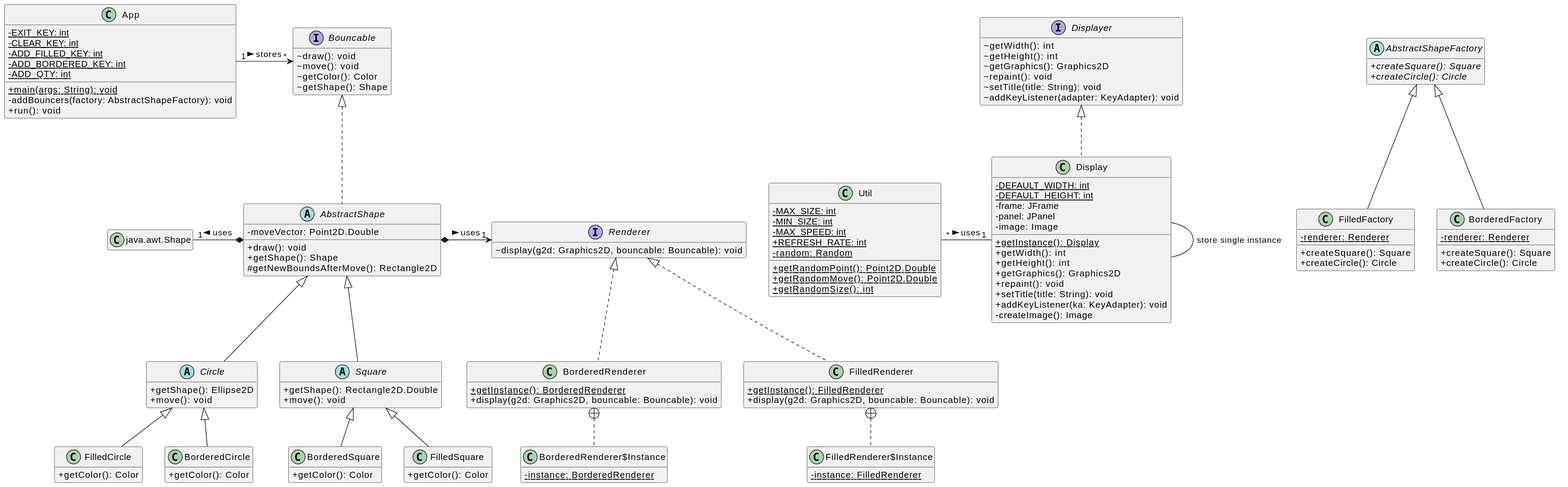
DrC0okie/HEIG_MCR_Labo2 keeps this PlantUML diagram as diagram.svg. Above is the earlier version. Source of this version:
```plantuml
@startuml
hide AppTest
skinparam direction top to bottom
hide empty members
skinparam fixCircleLabelOverlapping true
skinparam classAttributeIconSize 0
set separator none
scale 1.5

class java.awt.Shape

App "1"->"*" Bouncable: stores >
AbstractShape *-left-"1" java.awt.Shape: uses >
Util "*"-"1" Display: uses >
AbstractShape *->"1" Renderer: uses >
Display -- Display: store single instance





class Display {
- {static} DEFAULT_WIDTH: int
- {static} DEFAULT_HEIGHT: int
- frame: JFrame
- panel: JPanel
- image: Image
+ {static} getInstance(): Display
+ getWidth(): int
+ getHeight(): int
+ getGraphics(): Graphics2D
+ repaint(): void
+ setTitle(title: String): void
+ addKeyListener(ka: KeyAdapter): void
- createImage(): Image
}


class FilledFactory {
- {static} renderer: Renderer
+ createSquare(): Square
+ createCircle(): Circle
}


class BorderedFactory {
- {static} renderer: Renderer
+ createSquare(): Square
+ createCircle(): Circle
}


class BorderedSquare {
+ getColor(): Color
}

class FilledCircle {
+ getColor(): Color
}

class BorderedRenderer {
+ {static} getInstance(): BorderedRenderer
+ display(g2d: Graphics2D, bouncable: Bouncable): void
}

class BorderedRenderer$Instance {
- {static} instance: BorderedRenderer
}

class BorderedCircle {
+ getColor(): Color
}

abstract class AbstractShapeFactory {
+ {abstract}createSquare(): Square
+ {abstract}createCircle(): Circle
}

class FilledRenderer {
+ {static} getInstance(): FilledRenderer
+ display(g2d: Graphics2D, bouncable: Bouncable): void
}

class FilledRenderer$Instance {
- {static} instance: FilledRenderer
}

interface Displayer {
~ getWidth(): int
~ getHeight(): int
~ getGraphics(): Graphics2D
~ repaint(): void
~ setTitle(title: String): void
~ addKeyListener(adapter: KeyAdapter): void
}

abstract class Circle {
+ getShape(): Ellipse2D
+ move(): void
}

interface Bouncable {
~ draw(): void
~ move(): void
~ getColor(): Color
~ getShape(): Shape
}

class App {
- {static} EXIT_KEY: int
- {static} CLEAR_KEY: int
- {static} ADD_FILLED_KEY: int
- {static} ADD_BORDERED_KEY: int
- {static} ADD_QTY: int

+ {static} main(args: String): void
- addBouncers(factory: AbstractShapeFactory): void
+ run(): void
}


interface Renderer {
~ display(g2d: Graphics2D, bouncable: Bouncable): void
}

class AppTest {
}
class FilledSquare {
+ getColor(): Color
}

abstract class AbstractShape {

- moveVector: Point2D.Double
+ draw(): void
+ getShape(): Shape
# getNewBoundsAfterMove(): Rectangle2D
}


abstract class Square {
+ getShape(): Rectangle2D.Double
+ move(): void
}

class Util {
- {static} MAX_SIZE: int
- {static} MIN_SIZE: int
- {static} MAX_SPEED: int
+ {static} REFRESH_RATE: int
- {static} random: Random
+ {static} getRandomPoint(): Point2D.Double
+ {static} getRandomMove(): Point2D.Double
+ {static} getRandomSize(): int
}




Displayer <|.. Display
AbstractShapeFactory <|-- FilledFactory
AbstractShapeFactory <|-- BorderedFactory
Square <|-- BorderedSquare
Circle <|-- FilledCircle
Renderer <|.. BorderedRenderer
BorderedRenderer +.. BorderedRenderer$Instance
Circle <|-- BorderedCircle
Renderer <|.. FilledRenderer
FilledRenderer +.. FilledRenderer$Instance
AbstractShape <|-- Circle
Square <|-- FilledSquare
Bouncable <|.. AbstractShape
AbstractShape <|-- Square
@enduml
```
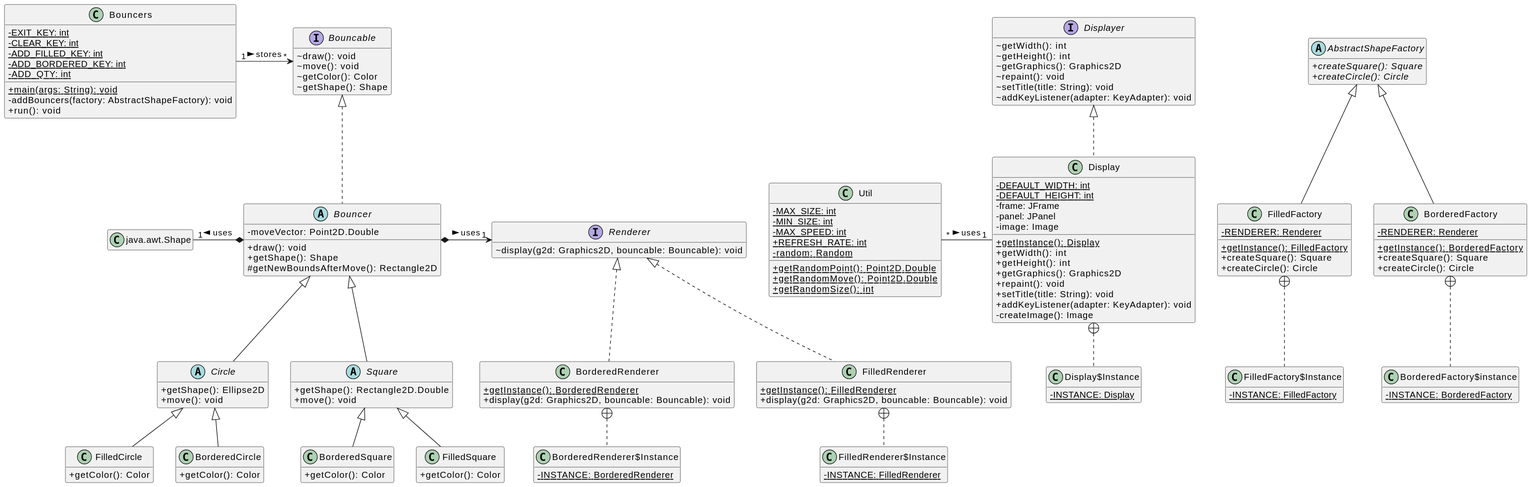
After the commit.

The edit, as a diff of the source:
```diff
@@ -1,6 +1,5 @@
 @startuml
 hide AppTest
-skinparam direction top to bottom
 hide empty members
 skinparam fixCircleLabelOverlapping true
 skinparam classAttributeIconSize 0
@@ -9,49 +8,59 @@
 
 class java.awt.Shape
 
-App "1"->"*" Bouncable: stores >
-AbstractShape *-left-"1" java.awt.Shape: uses >
+Bouncers "1"->"*" Bouncable: stores >
+Bouncer *-left-"1" java.awt.Shape: uses >
 Util "*"-"1" Display: uses >
-AbstractShape *->"1" Renderer: uses >
-Display -- Display: store single instance
+Bouncer *->"1" Renderer: uses >
 
 
 
 
 
-class Display {
-- {static} DEFAULT_WIDTH: int
-- {static} DEFAULT_HEIGHT: int
-- frame: JFrame
-- panel: JPanel
-- image: Image
-+ {static} getInstance(): Display
-+ getWidth(): int
-+ getHeight(): int
-+ getGraphics(): Graphics2D
-+ repaint(): void
-+ setTitle(title: String): void
-+ addKeyListener(ka: KeyAdapter): void
-- createImage(): Image
+abstract class Bouncer {
+
+- moveVector: Point2D.Double
++ draw(): void
++ getShape(): Shape
+# getNewBoundsAfterMove(): Rectangle2D
 }
 
 
 class FilledFactory {
-- {static} renderer: Renderer
+- {static} RENDERER: Renderer
++ {static} getInstance(): FilledFactory
 + createSquare(): Square
 + createCircle(): Circle
 }
 
 
+class FilledFactory$Instance {
+- {static} INSTANCE: FilledFactory
+}
+
 class BorderedFactory {
-- {static} renderer: Renderer
+- {static} RENDERER: Renderer
++ {static} getInstance(): BorderedFactory
 + createSquare(): Square
 + createCircle(): Circle
 }
 
 
+class BorderedFactory$instance {
+- {static} INSTANCE: BorderedFactory
+}
+
 class BorderedSquare {
 + getColor(): Color
+}
+
+interface Displayer {
+~ getWidth(): int
+~ getHeight(): int
+~ getGraphics(): Graphics2D
+~ repaint(): void
+~ setTitle(title: String): void
+~ addKeyListener(adapter: KeyAdapter): void
 }
 
 class FilledCircle {
@@ -64,7 +73,7 @@
 }
 
 class BorderedRenderer$Instance {
-- {static} instance: BorderedRenderer
+- {static} INSTANCE: BorderedRenderer
 }
 
 class BorderedCircle {
@@ -82,21 +91,33 @@
 }
 
 class FilledRenderer$Instance {
-- {static} instance: FilledRenderer
-}
-
-interface Displayer {
-~ getWidth(): int
-~ getHeight(): int
-~ getGraphics(): Graphics2D
-~ repaint(): void
-~ setTitle(title: String): void
-~ addKeyListener(adapter: KeyAdapter): void
+- {static} INSTANCE: FilledRenderer
 }
 
 abstract class Circle {
 + getShape(): Ellipse2D
 + move(): void
+}
+
+class Display {
+- {static} DEFAULT_WIDTH: int
+- {static} DEFAULT_HEIGHT: int
+- frame: JFrame
+- panel: JPanel
+- image: Image
++ {static} getInstance(): Display
++ getWidth(): int
++ getHeight(): int
++ getGraphics(): Graphics2D
++ repaint(): void
++ setTitle(title: String): void
++ addKeyListener(adapter: KeyAdapter): void
+- createImage(): Image
+}
+
+
+class Display$Instance {
+- {static} INSTANCE: Display
 }
 
 interface Bouncable {
@@ -106,7 +127,7 @@
 ~ getShape(): Shape
 }
 
-class App {
+class Bouncers {
 - {static} EXIT_KEY: int
 - {static} CLEAR_KEY: int
 - {static} ADD_FILLED_KEY: int
@@ -129,15 +150,6 @@
 + getColor(): Color
 }
 
-abstract class AbstractShape {
-
-- moveVector: Point2D.Double
-+ draw(): void
-+ getShape(): Shape
-# getNewBoundsAfterMove(): Rectangle2D
-}
-
-
 abstract class Square {
 + getShape(): Rectangle2D.Double
 + move(): void
@@ -157,9 +169,11 @@
 
 
 
-Displayer <|.. Display
+Bouncable <|.. Bouncer
 AbstractShapeFactory <|-- FilledFactory
+FilledFactory +.. FilledFactory$Instance
 AbstractShapeFactory <|-- BorderedFactory
+BorderedFactory +.. BorderedFactory$instance
 Square <|-- BorderedSquare
 Circle <|-- FilledCircle
 Renderer <|.. BorderedRenderer
@@ -167,8 +181,9 @@
 Circle <|-- BorderedCircle
 Renderer <|.. FilledRenderer
 FilledRenderer +.. FilledRenderer$Instance
-AbstractShape <|-- Circle
+Bouncer <|-- Circle
+Displayer <|.. Display
+Display +.. Display$Instance
 Square <|-- FilledSquare
-Bouncable <|.. AbstractShape
-AbstractShape <|-- Square
+Bouncer <|-- Square
 @enduml
```
